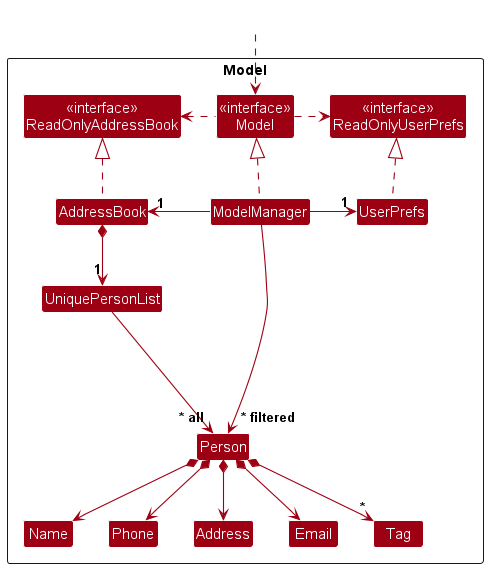
Above: docs/images/ModelClassDiagram.png in nus-cs2103-AY2324S2/tp (PlantUML), before the change.
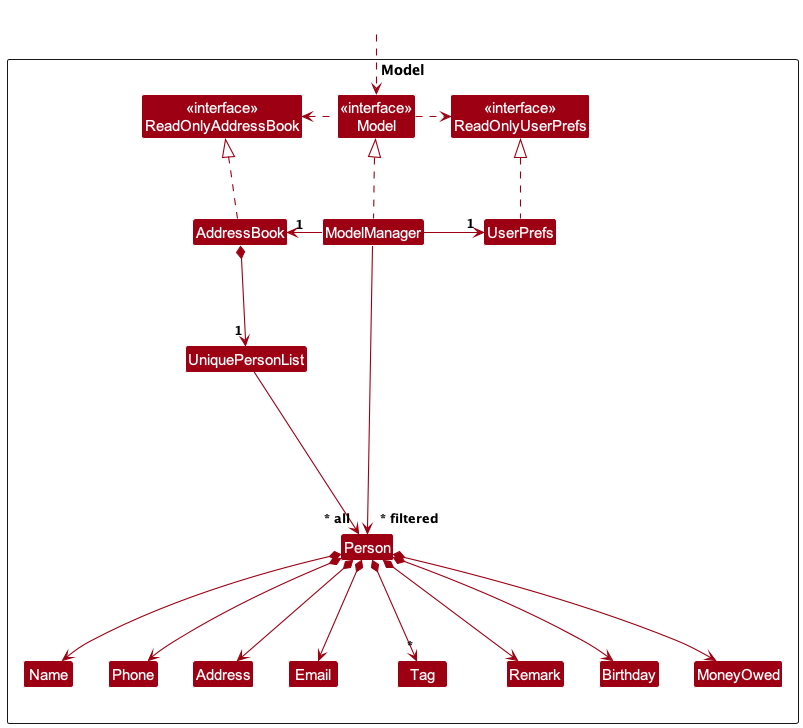
After the commit.

Commit message:
Update UMLs to include new attributes into Person class

Change to the diagram source:
```diff
@@ -19,6 +19,9 @@
 Class Name
 Class Phone
 Class Tag
+Class Remark
+Class Birthday
+Class MoneyOwed
 
 Class I #FFFFFF
 }
@@ -42,6 +45,9 @@
 Person *--> Email
 Person *--> Address
 Person *--> "*" Tag
+Person *--> Remark
+Person *--> Birthday
+Person *--> MoneyOwed
 
 Person -[hidden]up--> I
 UniquePersonList -[hidden]right-> I
```
